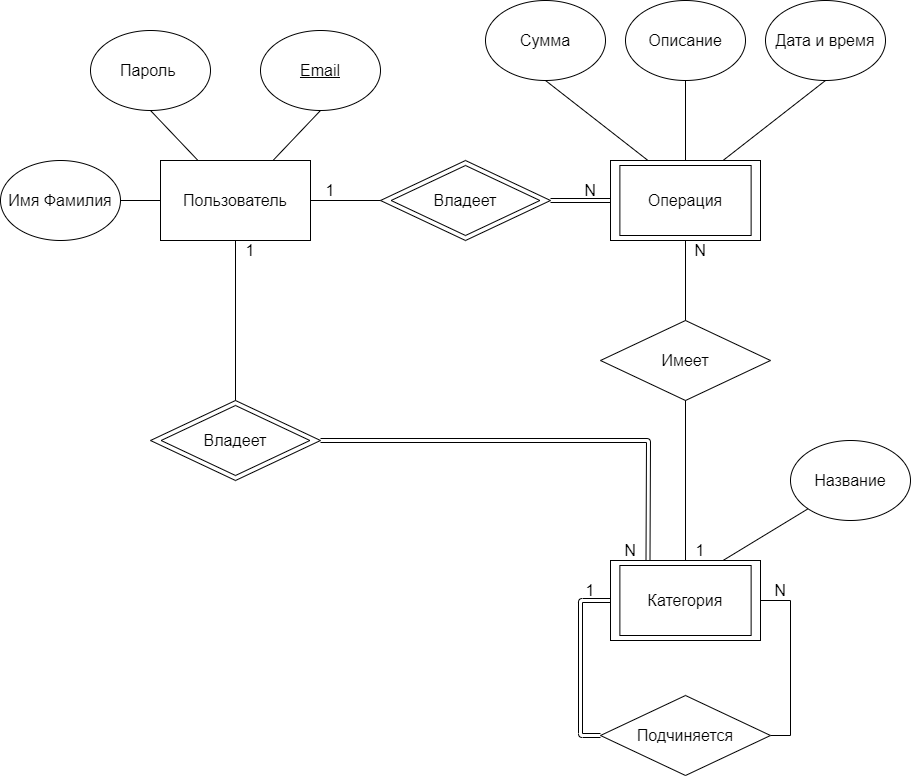
Above: doc/conceptual_model.png in Infernal-Silence/accountr (draw.io), before the change. Source tidied: cells renumbered, new cells last; positions are measured from the earlier drawing's top-left corner, leaving out a move shared by most shapes.
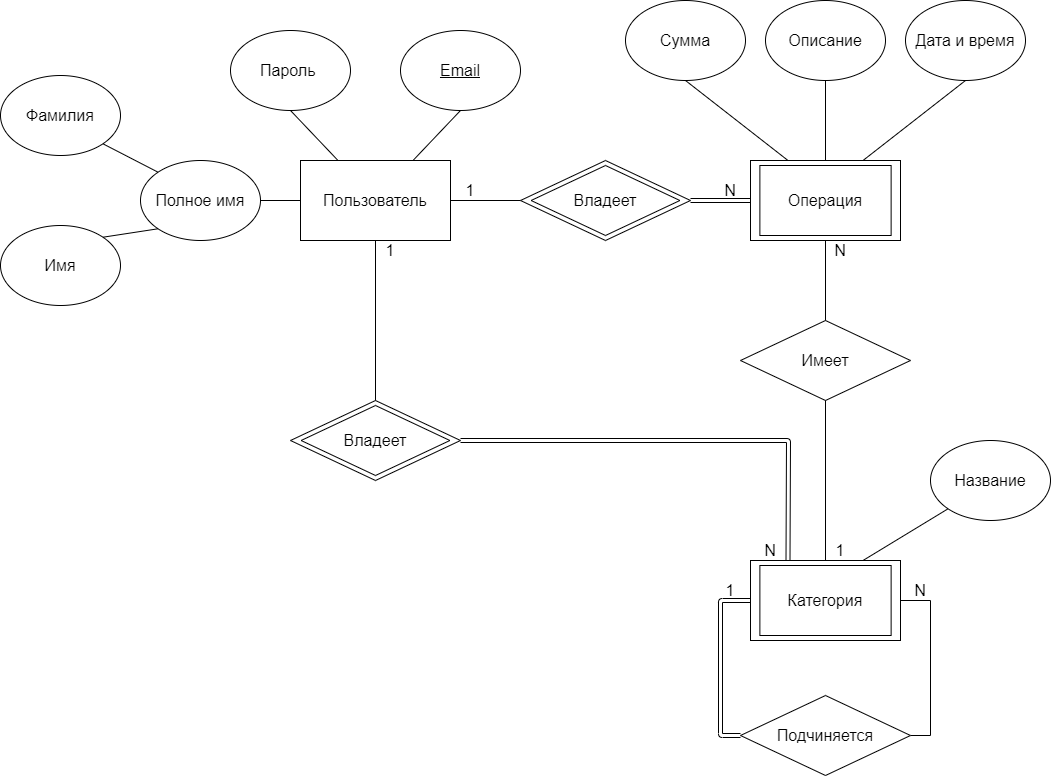
Above is the later version.

Commit message:
fix: разбил атрибут "Полное имя" на "Имя" и "Фамилия"

The edit, as a diff of the source:
```diff
@@ -66,7 +66,7 @@
     <mxCell id="19" value="Описание" style="ellipse;whiteSpace=wrap;html=1;fontStyle=0;fontSize=16;" parent="1" vertex="1">
       <mxGeometry x="625" width="120" height="80" as="geometry" />
     </mxCell>
-    <mxCell id="20" value="Имя Фамилия" style="ellipse;whiteSpace=wrap;html=1;fontSize=16;" parent="1" vertex="1">
+    <mxCell id="20" value="Полное имя" style="ellipse;whiteSpace=wrap;html=1;fontSize=16;" parent="1" vertex="1">
       <mxGeometry y="160" width="120" height="80" as="geometry" />
     </mxCell>
     <mxCell id="21" value="Дата и время" style="ellipse;whiteSpace=wrap;html=1;fontStyle=0;fontSize=16;" parent="1" vertex="1">
@@ -139,5 +139,17 @@
     <mxCell id="42" value="1" style="text;html=1;strokeColor=none;fillColor=none;align=center;verticalAlign=middle;whiteSpace=wrap;rounded=0;fontSize=16;" parent="1" vertex="1">
       <mxGeometry x="680" y="540" width="40" height="20" as="geometry" />
     </mxCell>
+    <mxCell id="43" value="Фамилия" style="ellipse;whiteSpace=wrap;html=1;fontSize=16;" parent="1" vertex="1">
+      <mxGeometry x="-140" y="75" width="120" height="80" as="geometry" />
+    </mxCell>
+    <mxCell id="44" value="Имя" style="ellipse;whiteSpace=wrap;html=1;fontSize=16;" parent="1" vertex="1">
+      <mxGeometry x="-140" y="225" width="120" height="80" as="geometry" />
+    </mxCell>
+    <mxCell id="45" style="endArrow=none;html=1;exitX=0;exitY=0;exitDx=0;exitDy=0;entryX=1;entryY=1;entryDx=0;entryDy=0;fontSize=16;" parent="1" edge="1" source="20" target="43">
+      <mxGeometry relative="1" as="geometry" />
+    </mxCell>
+    <mxCell id="46" style="endArrow=none;html=1;exitX=0;exitY=1;exitDx=0;exitDy=0;entryX=1;entryY=0;entryDx=0;entryDy=0;fontSize=16;" parent="1" edge="1" source="20" target="44">
+      <mxGeometry relative="1" as="geometry" />
+    </mxCell>
   </root>
 </mxGraphModel>
```
